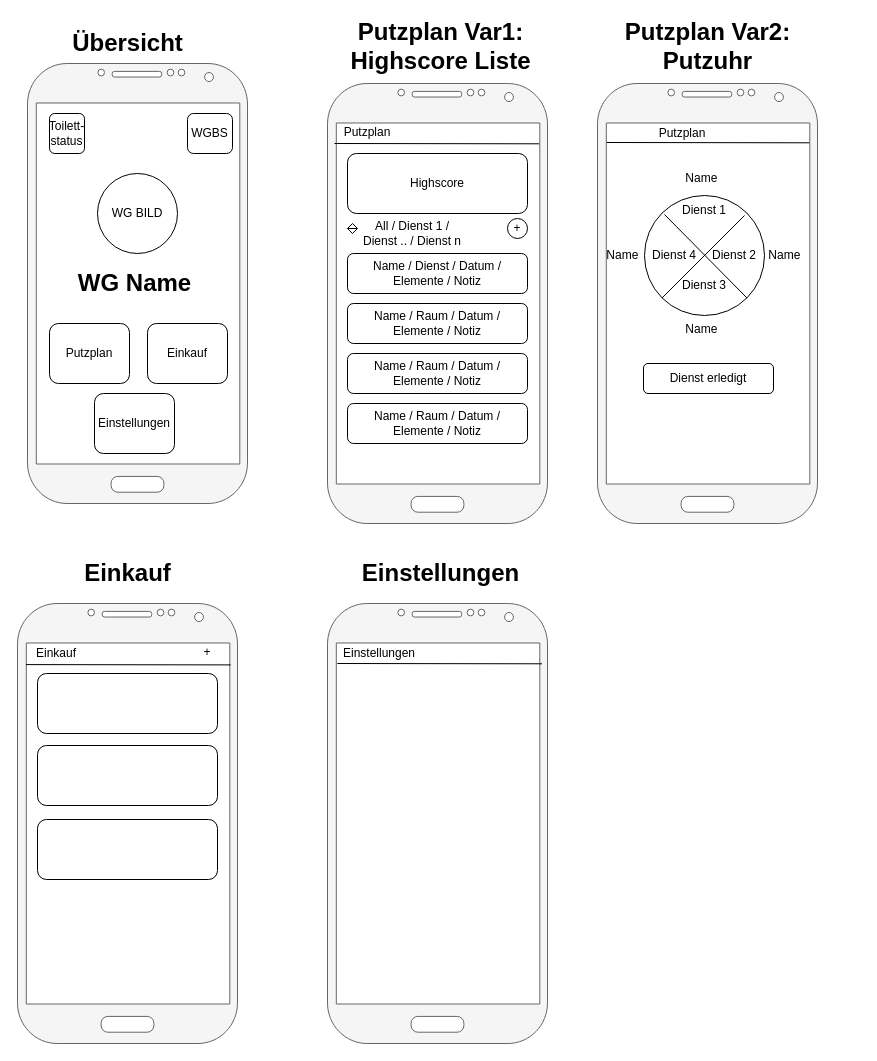
Before: doc/SmartWG.drawio in Reliec/SmartWG, a draw.io diagram. Source tidied: cells renumbered, new cells numbered last; positions are measured from the earlier drawing's top-left corner, leaving out a move shared by most shapes. Both pictures are drawn from the tidied source at 100%, with x=0, y=0 at pixel (17, 23).
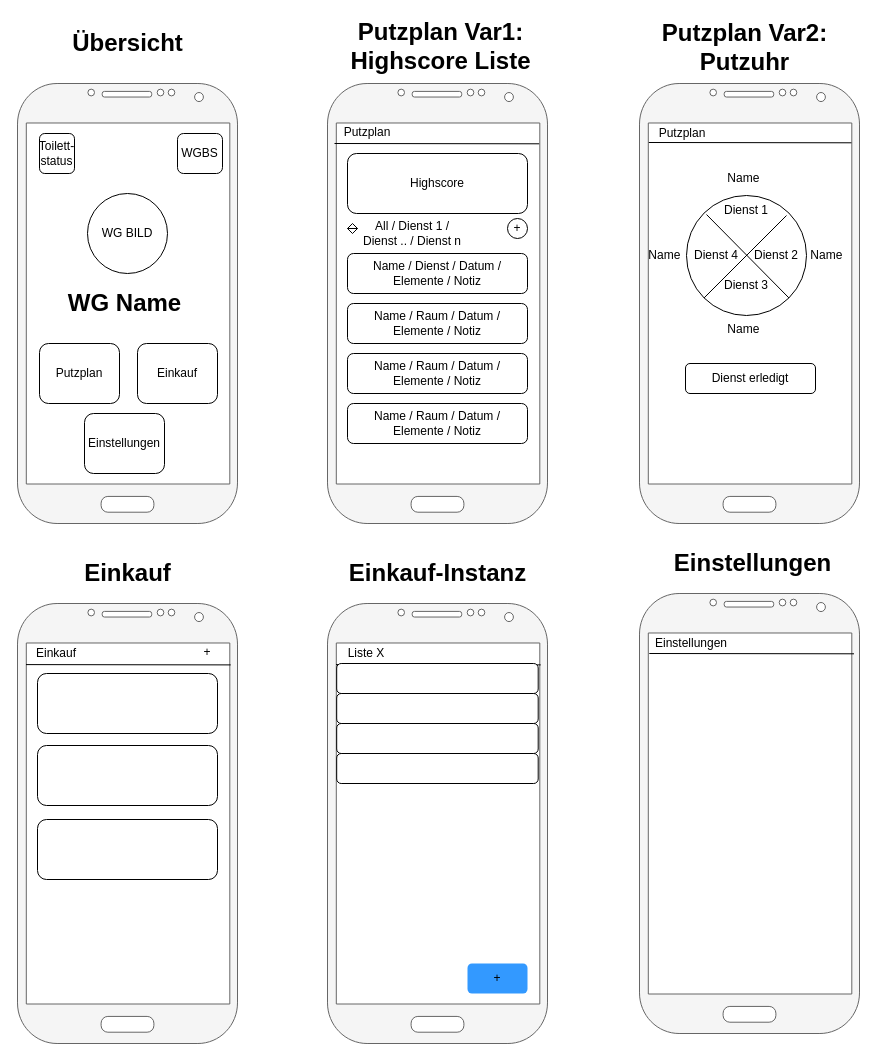
Above is the later version.

The edit, as a diff of the source:
```diff
@@
     <mxCell id="2" style="group;" parent="1" vertex="1">
-      <mxGeometry x="580" y="60" width="220" height="440" as="geometry" />
+      <mxGeometry x="622" y="60" width="220" height="440" as="geometry" />
     </mxCell>
@@
     <mxCell id="18" style="group;" parent="1" vertex="1">
-      <mxGeometry x="10" y="40" width="220" height="440" as="geometry" />
+      <mxGeometry y="60" width="220" height="440" as="geometry" />
     </mxCell>
@@
     <mxCell id="53" value="Putzplan Var2:&lt;br&gt;Putzuhr" style="text;strokeColor=none;fillColor=none;html=1;fontSize=24;fontStyle=1;verticalAlign=middle;align=center;shadow=0;" parent="1" vertex="1">
-      <mxGeometry x="640" y="3" width="100" height="40" as="geometry" />
+      <mxGeometry x="677" y="4" width="100" height="40" as="geometry" />
     </mxCell>
@@
     <mxCell id="55" value="Einstellungen" style="text;strokeColor=none;fillColor=none;html=1;fontSize=24;fontStyle=1;verticalAlign=middle;align=center;shadow=0;" parent="1" vertex="1">
-      <mxGeometry x="373" y="530" width="100" height="40" as="geometry" />
+      <mxGeometry x="685" y="520" width="100" height="40" as="geometry" />
     </mxCell>
     <mxCell id="56" style="group;" parent="1" vertex="1">
-      <mxGeometry x="310" y="580" width="220" height="440" as="geometry" />
+      <mxGeometry x="622" y="570" width="220" height="440" as="geometry" />
     </mxCell>
@@
+    <mxCell id="61" style="group;" parent="1" vertex="1">
+      <mxGeometry x="310" y="580" width="220" height="440" as="geometry" />
+    </mxCell>
+    <mxCell id="62" style="rounded=0;whiteSpace=wrap;html=1;shadow=0;fillColor=default;gradientColor=none;" parent="61" vertex="1">
+      <mxGeometry x="5.5" y="33.8" width="209" height="372.3" as="geometry" />
+    </mxCell>
+    <mxCell id="63" style="verticalLabelPosition=bottom;verticalAlign=top;html=1;shadow=0;dashed=0;strokeWidth=1;shape=mxgraph.android.phone2;strokeColor=#666666;fillColor=#f5f5f5;fontColor=#333333;" parent="61" vertex="1">
+      <mxGeometry width="220" height="440" as="geometry" />
+    </mxCell>
+    <mxCell id="64" style="endArrow=none;html=1;rounded=0;entryX=1.001;entryY=0.071;entryDx=0;entryDy=0;entryPerimeter=0;" parent="61" edge="1">
+      <mxGeometry relative="1" as="geometry">
+        <mxPoint x="8.5" y="61.1" as="sourcePoint" />
+        <mxPoint x="213.2" y="61.4" as="targetPoint" />
+      </mxGeometry>
+    </mxCell>
+    <mxCell id="65" value="Liste X" style="text;html=1;strokeColor=none;fillColor=none;align=center;verticalAlign=middle;whiteSpace=wrap;rounded=0;" parent="61" vertex="1">
+      <mxGeometry x="8.5" y="40" width="60" height="20" as="geometry" />
+    </mxCell>
+    <mxCell id="66" value="+" style="text;html=1;strokeColor=none;fillColor=#3399FF;align=center;verticalAlign=middle;whiteSpace=wrap;rounded=1;" parent="61" vertex="1">
+      <mxGeometry x="140" y="360" width="60" height="30" as="geometry" />
+    </mxCell>
+    <mxCell id="67" style="rounded=1;whiteSpace=wrap;html=1;" parent="61" vertex="1">
+      <mxGeometry x="9.2" y="60" width="201.5" height="30" as="geometry" />
+    </mxCell>
+    <mxCell id="68" style="rounded=1;whiteSpace=wrap;html=1;" parent="61" vertex="1">
+      <mxGeometry x="9.2" y="90" width="201.5" height="30" as="geometry" />
+    </mxCell>
+    <mxCell id="69" style="rounded=1;whiteSpace=wrap;html=1;" parent="61" vertex="1">
+      <mxGeometry x="9.2" y="120" width="201.5" height="30" as="geometry" />
+    </mxCell>
+    <mxCell id="70" style="rounded=1;whiteSpace=wrap;html=1;" parent="61" vertex="1">
+      <mxGeometry x="9.2" y="150" width="201.5" height="30" as="geometry" />
+    </mxCell>
+    <mxCell id="71" value="Einkauf-Instanz" style="text;strokeColor=none;fillColor=none;html=1;fontSize=24;fontStyle=1;verticalAlign=middle;align=center;shadow=0;" parent="1" vertex="1">
+      <mxGeometry x="370" y="530" width="100" height="40" as="geometry" />
+    </mxCell>
```
